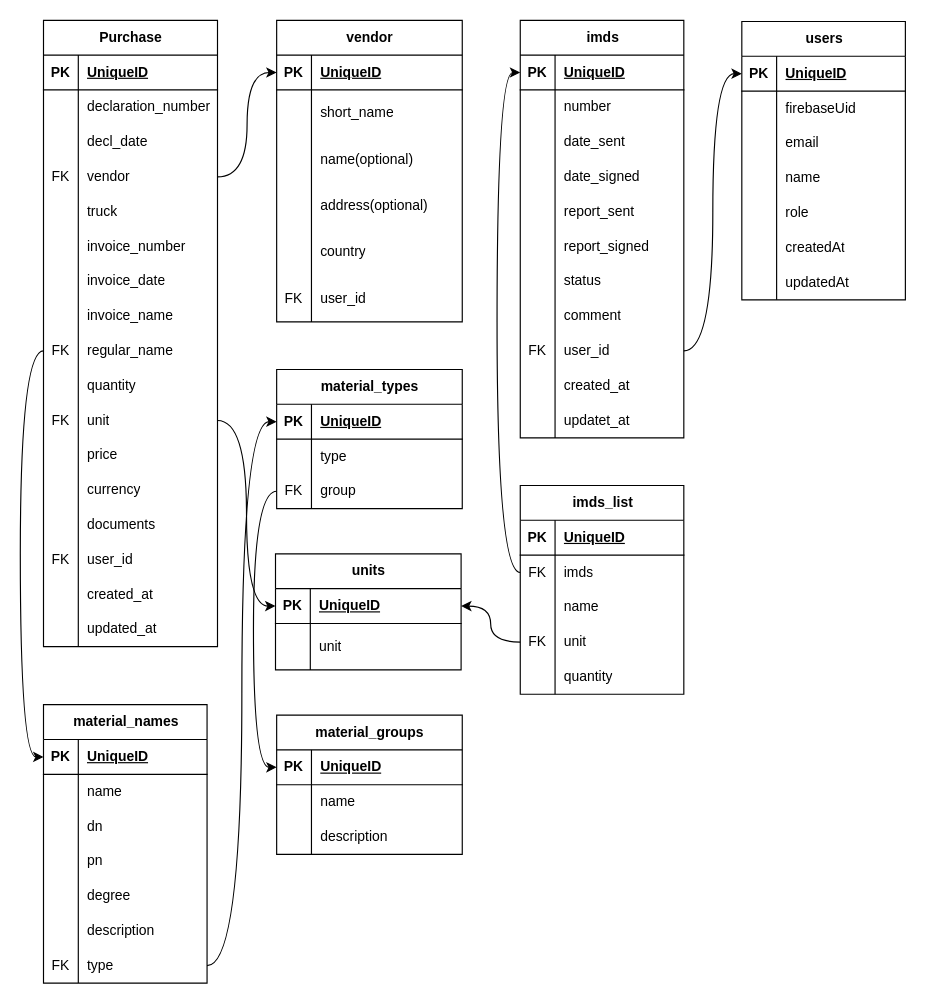
Above: diagrams/awa.drawio in gogicha007/project_AWA (draw.io), before the change. Source tidied: cells renumbered, new cells numbered last; positions are measured from the earlier drawing's top-left corner, leaving out a move shared by most shapes. Both pictures are drawn from the tidied source at 116%, with x=0, y=0 at pixel (43, 20).
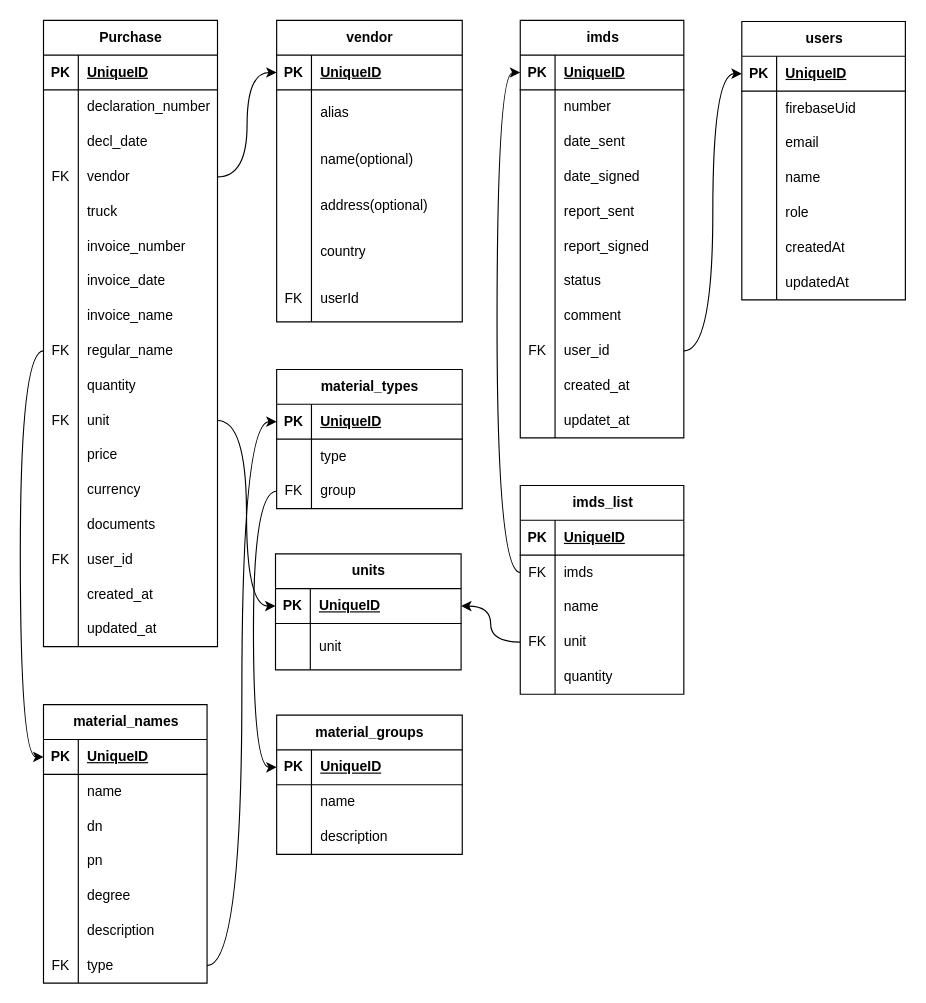
The same page after the edit.

The change refers to these unchanged cells:
```xml
<mxCell id="58" style="shape=tableRow;horizontal=0;startSize=0;swimlaneHead=0;swimlaneBody=0;fillColor=none;top=0;left=0;right=0;bottom=0;" parent="54" vertex="1">
  <mxGeometry y="60" width="160" height="40" as="geometry" />
</mxCell>
<mxCell id="70" style="shape=tableRow;horizontal=0;startSize=0;swimlaneHead=0;swimlaneBody=0;fillColor=none;top=0;left=0;right=0;bottom=0;" parent="54" vertex="1">
  <mxGeometry y="220" width="160" height="40" as="geometry" />
</mxCell>
```

Diff of the diagram source:
```diff
@@
-    <mxCell id="60" value="short_name" style="shape=partialRectangle;fillColor=none;top=0;left=0;bottom=0;right=0;align=left;spacingLeft=6;overflow=hidden;whiteSpace=wrap;html=1;" parent="58" vertex="1">
+    <mxCell id="60" value="alias" style="shape=partialRectangle;fillColor=none;top=0;left=0;bottom=0;right=0;align=left;spacingLeft=6;overflow=hidden;whiteSpace=wrap;html=1;" parent="58" vertex="1">
       <mxGeometry x="30" width="130" height="40" as="geometry" />
     </mxCell>
@@
-    <mxCell id="72" value="user_id" style="shape=partialRectangle;fillColor=none;top=0;left=0;bottom=0;right=0;align=left;spacingLeft=6;overflow=hidden;whiteSpace=wrap;html=1;" parent="70" vertex="1">
+    <mxCell id="72" value="userId" style="shape=partialRectangle;fillColor=none;top=0;left=0;bottom=0;right=0;align=left;spacingLeft=6;overflow=hidden;whiteSpace=wrap;html=1;" parent="70" vertex="1">
       <mxGeometry x="30" width="130" height="40" as="geometry" />
     </mxCell>
```
